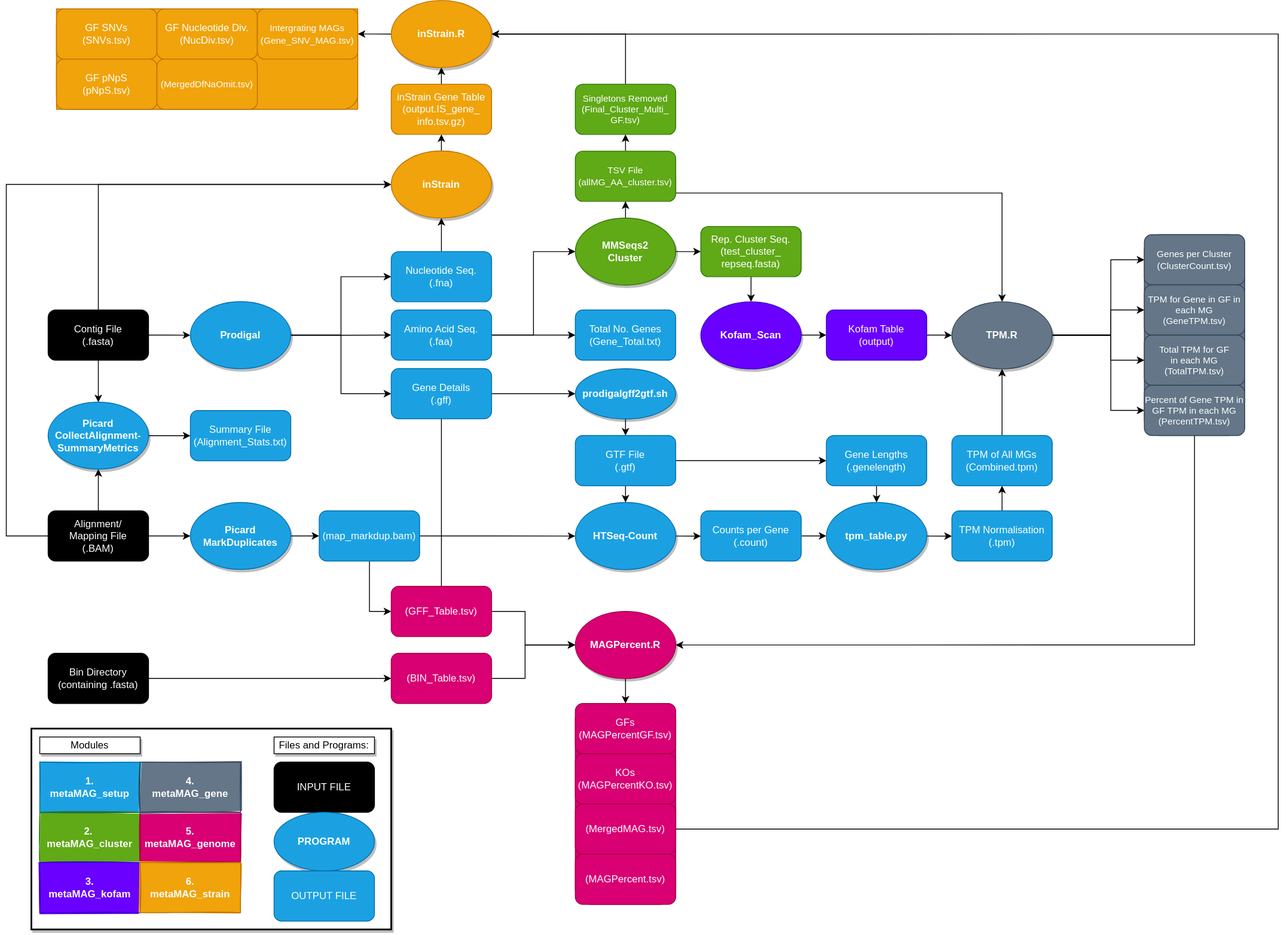
The draw.io diagram metaMAG.drawio(1).svg in coreykirkland/metaMAG_BETA, before a commit. Source tidied: cells renumbered, new cells last; positions are measured from the earlier drawing's top-left corner, leaving out a move shared by most shapes.
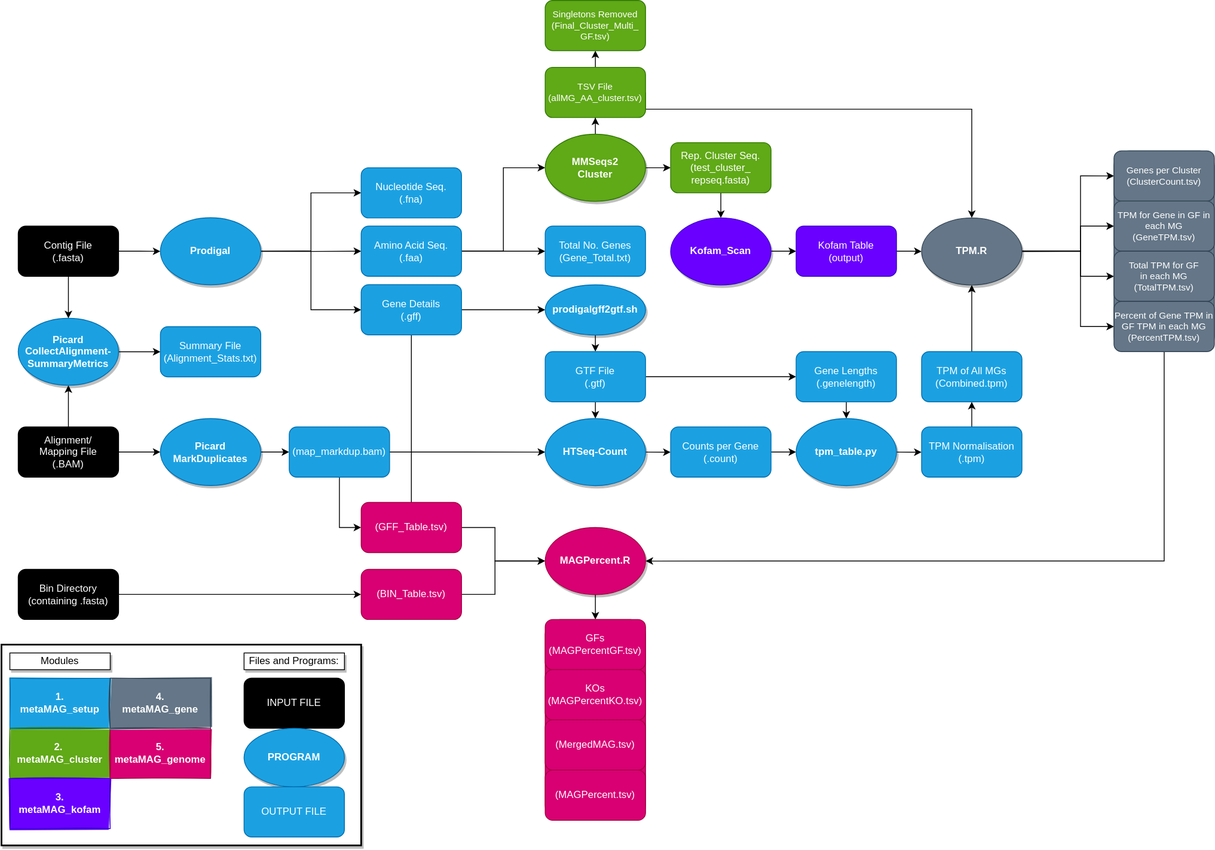
Above is the later version.

What changed in the source:
```diff
@@ -5,14 +5,6 @@
     <mxCell id="2" style="rounded=0;whiteSpace=wrap;html=1;shadow=1;sketch=0;fontSize=12;fontStyle=0;strokeWidth=2;" parent="1" vertex="1">
       <mxGeometry x="30" y="980" width="430" height="240" as="geometry" />
     </mxCell>
-    <mxCell id="3" style="edgeStyle=orthogonalEdgeStyle;rounded=0;jettySize=auto;html=1;exitX=0;exitY=0.5;exitDx=0;exitDy=0;entryX=0;entryY=0.5;entryDx=0;entryDy=0;shadow=0;fontStyle=0;" parent="1" edge="1" source="6" target="102">
-      <mxGeometry relative="1" as="geometry">
-        <Array as="points">
-          <mxPoint y="750" />
-          <mxPoint y="330" />
-        </Array>
-      </mxGeometry>
-    </mxCell>
     <mxCell id="4" style="edgeStyle=orthogonalEdgeStyle;rounded=0;jettySize=auto;html=1;exitX=0.5;exitY=0;exitDx=0;exitDy=0;entryX=0.5;entryY=1;entryDx=0;entryDy=0;shadow=0;fontStyle=0;" parent="1" edge="1" source="6" target="88">
       <mxGeometry relative="1" as="geometry" />
     </mxCell>
@@ -25,13 +17,6 @@
     <mxCell id="7" style="edgeStyle=orthogonalEdgeStyle;rounded=0;jettySize=auto;html=1;shadow=0;fontStyle=0;entryX=0;entryY=0.5;entryDx=0;entryDy=0;" parent="1" edge="1" source="9" target="87">
       <mxGeometry relative="1" as="geometry" />
     </mxCell>
-    <mxCell id="8" style="edgeStyle=orthogonalEdgeStyle;rounded=0;jettySize=auto;html=1;exitX=0.5;exitY=0;exitDx=0;exitDy=0;entryX=0;entryY=0.5;entryDx=0;entryDy=0;shadow=0;fontStyle=0;" parent="1" edge="1" source="9" target="102">
-      <mxGeometry relative="1" as="geometry">
-        <Array as="points">
-          <mxPoint x="110" y="330" />
-        </Array>
-      </mxGeometry>
-    </mxCell>
     <mxCell id="9" value="&lt;div&gt;Contig File&lt;/div&gt;&lt;div&gt;(.fasta)&lt;br&gt;&lt;/div&gt;" style="rounded=1;whiteSpace=wrap;html=1;gradientColor=none;shadow=0;fontStyle=0;fillColor=#000000;fontColor=#FFFFFF;" parent="1" vertex="1">
       <mxGeometry x="50" y="479.8" width="120" height="60" as="geometry" />
     </mxCell>
@@ -54,9 +39,6 @@
         <mxPoint x="340" y="509.8" as="sourcePoint" />
       </mxGeometry>
     </mxCell>
-    <mxCell id="15" style="edgeStyle=orthogonalEdgeStyle;rounded=0;jettySize=auto;html=1;exitX=0.5;exitY=0;exitDx=0;exitDy=0;entryX=0.5;entryY=1;entryDx=0;entryDy=0;shadow=0;fontStyle=0;" parent="1" edge="1" source="16" target="102">
-      <mxGeometry relative="1" as="geometry" />
-    </mxCell>
     <mxCell id="16" value="&lt;div&gt;&lt;span&gt;Nucleotide Seq.&lt;/span&gt;&lt;br&gt;&lt;/div&gt;&lt;div&gt;(.fna)&lt;/div&gt;" style="whiteSpace=wrap;html=1;rounded=1;fillColor=#1ba1e2;fontColor=#ffffff;strokeColor=#006EAF;shadow=0;fontStyle=0;" parent="1" vertex="1">
       <mxGeometry x="460" y="410" width="120" height="60" as="geometry" />
     </mxCell>
@@ -174,9 +156,6 @@
     <mxCell id="48" value="&lt;div&gt;&lt;span&gt;Rep. Cluster Seq.&lt;/span&gt;&lt;br&gt;&lt;/div&gt;&lt;div&gt;(test_cluster_&lt;/div&gt;&lt;div&gt;repseq.fasta)&lt;/div&gt;" style="whiteSpace=wrap;html=1;fillColor=#60a917;strokeColor=#2D7600;rounded=1;fontStyle=0;fontColor=#ffffff;shadow=0;" parent="1" vertex="1">
       <mxGeometry x="830" y="380" width="120" height="60" as="geometry" />
     </mxCell>
-    <mxCell id="49" style="edgeStyle=orthogonalEdgeStyle;rounded=0;jettySize=auto;html=1;entryX=1;entryY=0.5;entryDx=0;entryDy=0;exitX=0.5;exitY=0;exitDx=0;exitDy=0;shadow=0;fontStyle=0;" parent="1" edge="1" source="50" target="104">
-      <mxGeometry relative="1" as="geometry" />
-    </mxCell>
     <mxCell id="50" value="&lt;div style=&quot;font-size: 11px&quot;&gt;&lt;font style=&quot;font-size: 11px&quot;&gt;Singletons Removed&lt;br&gt;&lt;/font&gt;&lt;/div&gt;&lt;div style=&quot;font-size: 11px&quot;&gt;&lt;font style=&quot;font-size: 11px&quot;&gt;(Final_Cluster_&lt;span&gt;Multi_&lt;/span&gt;&lt;/font&gt;&lt;/div&gt;&lt;div style=&quot;font-size: 11px&quot;&gt;&lt;font style=&quot;font-size: 11px&quot;&gt;GF.tsv)&lt;/font&gt;&lt;/div&gt;" style="whiteSpace=wrap;html=1;fillColor=#60a917;strokeColor=#2D7600;rounded=1;fontStyle=0;fontColor=#ffffff;shadow=0;" parent="1" vertex="1">
       <mxGeometry x="680" y="210" width="120" height="60" as="geometry" />
     </mxCell>
@@ -266,28 +245,6 @@
     <mxCell id="65" style="edgeStyle=orthogonalEdgeStyle;rounded=0;jettySize=auto;html=1;exitX=0.5;exitY=1;exitDx=0;exitDy=0;entryX=0.5;entryY=0;entryDx=0;entryDy=0;fillColor=#e6d0de;strokeColor=#000000;gradientColor=#d5739d;shadow=0;fontStyle=0;" parent="1" edge="1" source="96" target="77">
       <mxGeometry relative="1" as="geometry" />
     </mxCell>
-    <mxCell id="66" style="edgeStyle=orthogonalEdgeStyle;rounded=0;jettySize=auto;html=1;exitX=0.5;exitY=0;exitDx=0;exitDy=0;entryX=0.5;entryY=1;entryDx=0;entryDy=0;shadow=0;fontStyle=0;" parent="1" edge="1" target="68">
-      <mxGeometry relative="1" as="geometry">
-        <mxPoint x="520" y="290" as="sourcePoint" />
-      </mxGeometry>
-    </mxCell>
-    <mxCell id="67" style="edgeStyle=orthogonalEdgeStyle;rounded=0;jettySize=auto;html=1;exitX=0.5;exitY=0;exitDx=0;exitDy=0;shadow=0;fontStyle=0;" parent="1" edge="1" source="68">
-      <mxGeometry relative="1" as="geometry">
-        <mxPoint x="520" y="190" as="targetPoint" />
-      </mxGeometry>
-    </mxCell>
-    <mxCell id="68" value="&lt;div&gt;inStrain Gene Table&lt;/div&gt;&lt;div&gt;(output.IS_gene_&lt;/div&gt;&lt;div&gt;info.tsv.gz)&lt;/div&gt;" style="whiteSpace=wrap;html=1;fillColor=#f0a30a;strokeColor=#BD7000;rounded=1;fontStyle=0;fontColor=#FFFFFF;shadow=0;" parent="1" vertex="1">
-      <mxGeometry x="460" y="210" width="120" height="60" as="geometry" />
-    </mxCell>
-    <mxCell id="69" style="edgeStyle=orthogonalEdgeStyle;rounded=0;jettySize=auto;html=1;exitX=1;exitY=0;exitDx=0;exitDy=0;shadow=0;fontStyle=1;entryX=1;entryY=0.5;entryDx=0;entryDy=0;" parent="1" edge="1" source="79" target="104">
-      <mxGeometry relative="1" as="geometry">
-        <Array as="points">
-          <mxPoint x="800" y="1100" />
-          <mxPoint x="1520" y="1100" />
-          <mxPoint x="1520" y="150" />
-        </Array>
-      </mxGeometry>
-    </mxCell>
     <mxCell id="70" style="edgeStyle=orthogonalEdgeStyle;rounded=0;jettySize=auto;html=1;entryX=0.5;entryY=0;entryDx=0;entryDy=0;exitX=0.5;exitY=1;exitDx=0;exitDy=0;shadow=0;fontStyle=0;" parent="1" edge="1" source="9" target="88">
       <mxGeometry relative="1" as="geometry" />
     </mxCell>
@@ -336,9 +293,6 @@
     <mxCell id="85" value="&lt;span&gt;4. &lt;br&gt;metaMAG_gene&lt;/span&gt;" style="whiteSpace=wrap;html=1;fillColor=#647687;strokeColor=#314354;rounded=0;fontStyle=1;fontColor=#ffffff;shadow=0;sketch=1;fillStyle=solid;" parent="1" vertex="1">
       <mxGeometry x="160" y="1020" width="120" height="60" as="geometry" />
     </mxCell>
-    <mxCell id="86" value="6.&lt;br&gt;metaMAG_strain" style="whiteSpace=wrap;html=1;fillColor=#f0a30a;strokeColor=#BD7000;rounded=0;fontStyle=1;fontColor=#FFFFFF;shadow=0;sketch=1;fillStyle=solid;glass=0;" parent="1" vertex="1">
-      <mxGeometry x="160" y="1140" width="120" height="60" as="geometry" />
-    </mxCell>
     <mxCell id="87" value="Prodigal" style="ellipse;whiteSpace=wrap;html=1;fillColor=#1ba1e2;strokeColor=#006EAF;fontColor=#ffffff;shadow=1;sketch=0;fontStyle=1;" parent="1" vertex="1">
       <mxGeometry x="220" y="469.8" width="120" height="80.2" as="geometry" />
     </mxCell>
@@ -384,35 +338,5 @@
     <mxCell id="101" value="Files and Programs:" style="rounded=0;whiteSpace=wrap;html=1;shadow=1;sketch=0;fontSize=12;" parent="1" vertex="1">
       <mxGeometry x="320" y="990" width="120" height="20" as="geometry" />
     </mxCell>
-    <mxCell id="102" value="inStrain" style="ellipse;whiteSpace=wrap;html=1;fillColor=#f0a30a;strokeColor=#BD7000;fontColor=#FFFFFF;shadow=1;sketch=0;fontStyle=1;" parent="1" vertex="1">
-      <mxGeometry x="460" y="289.7" width="120" height="80.2" as="geometry" />
-    </mxCell>
-    <mxCell id="103" style="edgeStyle=orthogonalEdgeStyle;rounded=0;jettySize=auto;html=1;exitX=0;exitY=0.5;exitDx=0;exitDy=0;entryX=1;entryY=0.5;entryDx=0;entryDy=0;fontSize=11;fontColor=#FFFFFF;" parent="1" edge="1" source="104" target="111">
-      <mxGeometry relative="1" as="geometry" />
-    </mxCell>
-    <mxCell id="104" value="inStrain.R" style="ellipse;whiteSpace=wrap;html=1;fillColor=#f0a30a;strokeColor=#BD7000;fontColor=#FFFFFF;shadow=1;sketch=0;fontStyle=1;" parent="1" vertex="1">
-      <mxGeometry x="460" y="110" width="120" height="80.2" as="geometry" />
-    </mxCell>
-    <mxCell id="105" style="group;fillColor=#f0a30a;fontColor=#FFFFFF;strokeColor=#BD7000;" parent="1" vertex="1">
-      <mxGeometry x="60" y="120" width="360" height="120" as="geometry" />
-    </mxCell>
-    <mxCell id="106" style="group;fontStyle=1;fillColor=#f0a30a;strokeColor=#BD7000;fontColor=#FFFFFF;shadow=0;rounded=1;rotation=-90;" parent="105" vertex="1">
-      <mxGeometry x="120" y="-120" width="120" height="360" as="geometry" />
-    </mxCell>
-    <mxCell id="107" value="GF SNVs&lt;br&gt;(SNVs.tsv)" style="whiteSpace=wrap;html=1;fillColor=#f0a30a;strokeColor=#BD7000;rounded=1;fontStyle=0;fontColor=#FFFFFF;shadow=0;" parent="105" vertex="1">
-      <mxGeometry width="120" height="60" as="geometry" />
-    </mxCell>
-    <mxCell id="108" value="GF Nucleotide Div.&lt;br&gt;(NucDiv.tsv)" style="whiteSpace=wrap;html=1;fillColor=#f0a30a;strokeColor=#BD7000;rounded=1;fontStyle=0;fontColor=#FFFFFF;shadow=0;" parent="105" vertex="1">
-      <mxGeometry x="120" width="120" height="60" as="geometry" />
-    </mxCell>
-    <mxCell id="109" value="&lt;span class=&quot;pl-c&quot;&gt;GF pNpS&lt;br&gt;(pNpS.tsv)&lt;/span&gt;" style="whiteSpace=wrap;html=1;fillColor=#f0a30a;strokeColor=#BD7000;rounded=1;fontStyle=0;fontColor=#FFFFFF;shadow=0;" parent="105" vertex="1">
-      <mxGeometry y="60" width="120" height="60" as="geometry" />
-    </mxCell>
-    <mxCell id="110" value="&lt;span class=&quot;pl-c&quot;&gt;&lt;font style=&quot;font-size: 11px&quot;&gt;(MergedDfNaOmit.tsv)&lt;/font&gt;&lt;/span&gt;" style="whiteSpace=wrap;html=1;fillColor=#f0a30a;strokeColor=#BD7000;rounded=1;fontStyle=0;fontColor=#FFFFFF;shadow=0;" parent="105" vertex="1">
-      <mxGeometry x="120" y="60" width="120" height="60" as="geometry" />
-    </mxCell>
-    <mxCell id="111" value="&lt;font style=&quot;font-size: 11px&quot;&gt;Intergrating MAGs&lt;br&gt;(Gene_SNV_MAG.tsv)&lt;/font&gt;" style="whiteSpace=wrap;html=1;fillColor=#f0a30a;strokeColor=#BD7000;rounded=1;fontStyle=0;fontColor=#FFFFFF;shadow=0;" parent="105" vertex="1">
-      <mxGeometry x="240" width="120" height="60" as="geometry" />
-    </mxCell>
   </root>
 </mxGraphModel>
```
